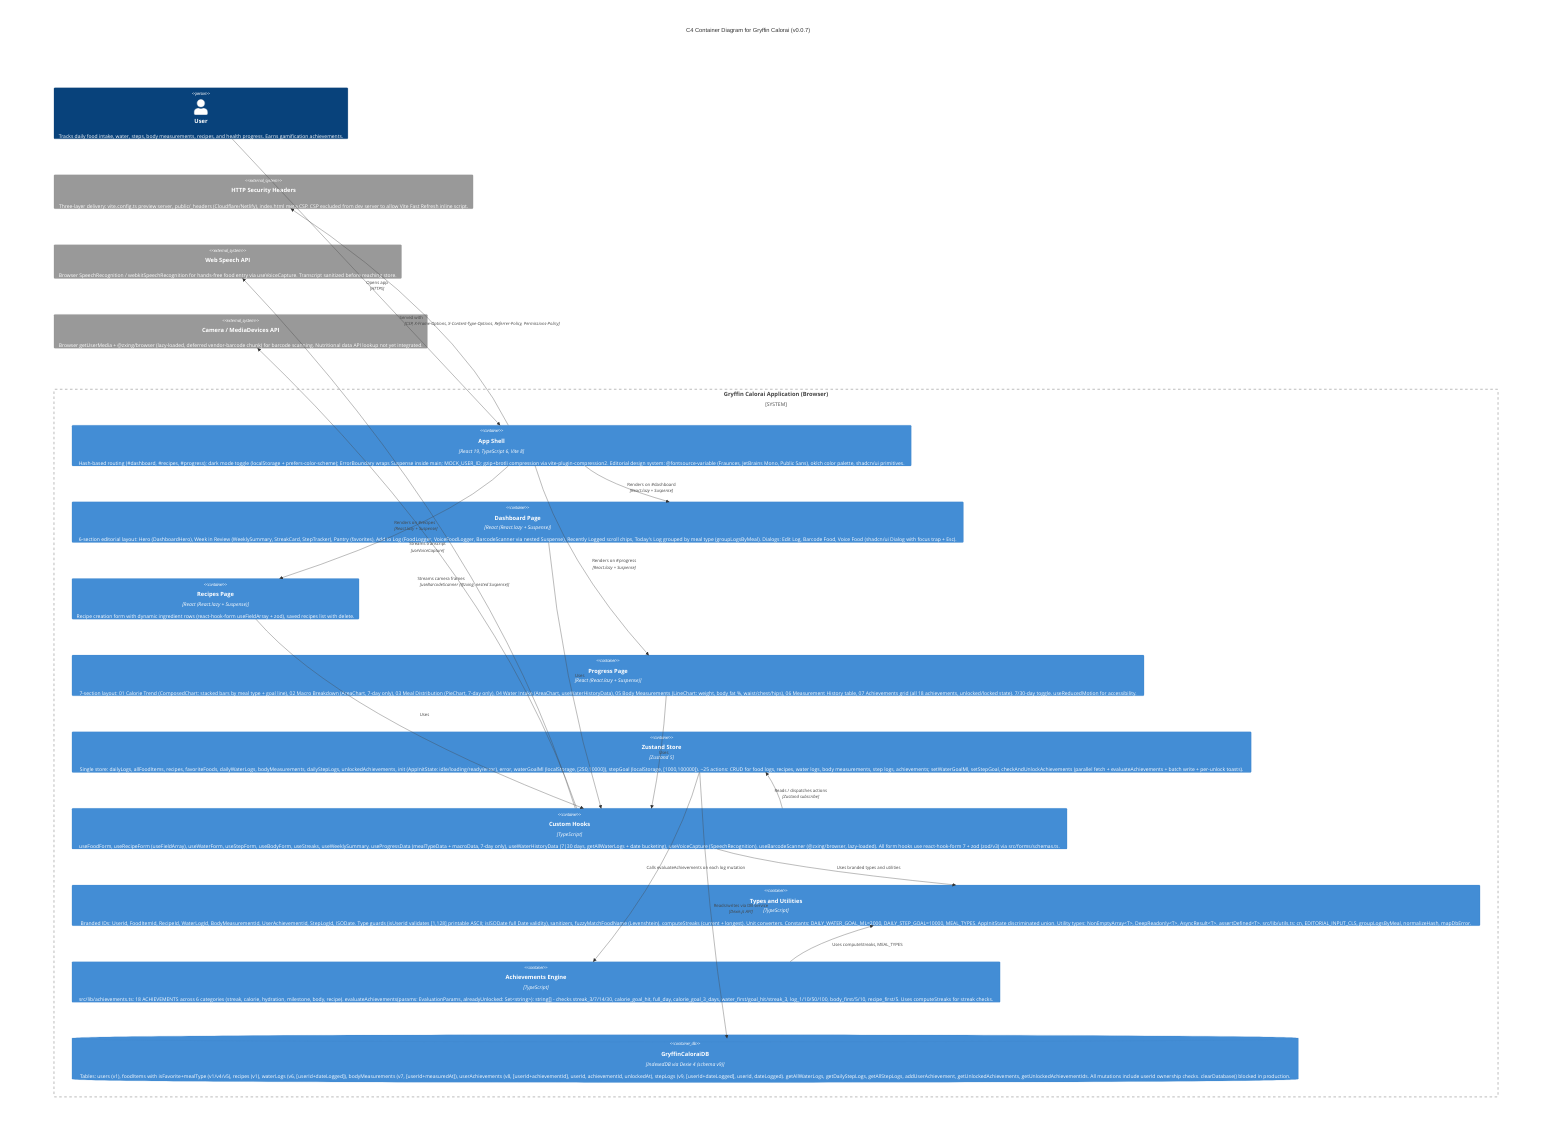
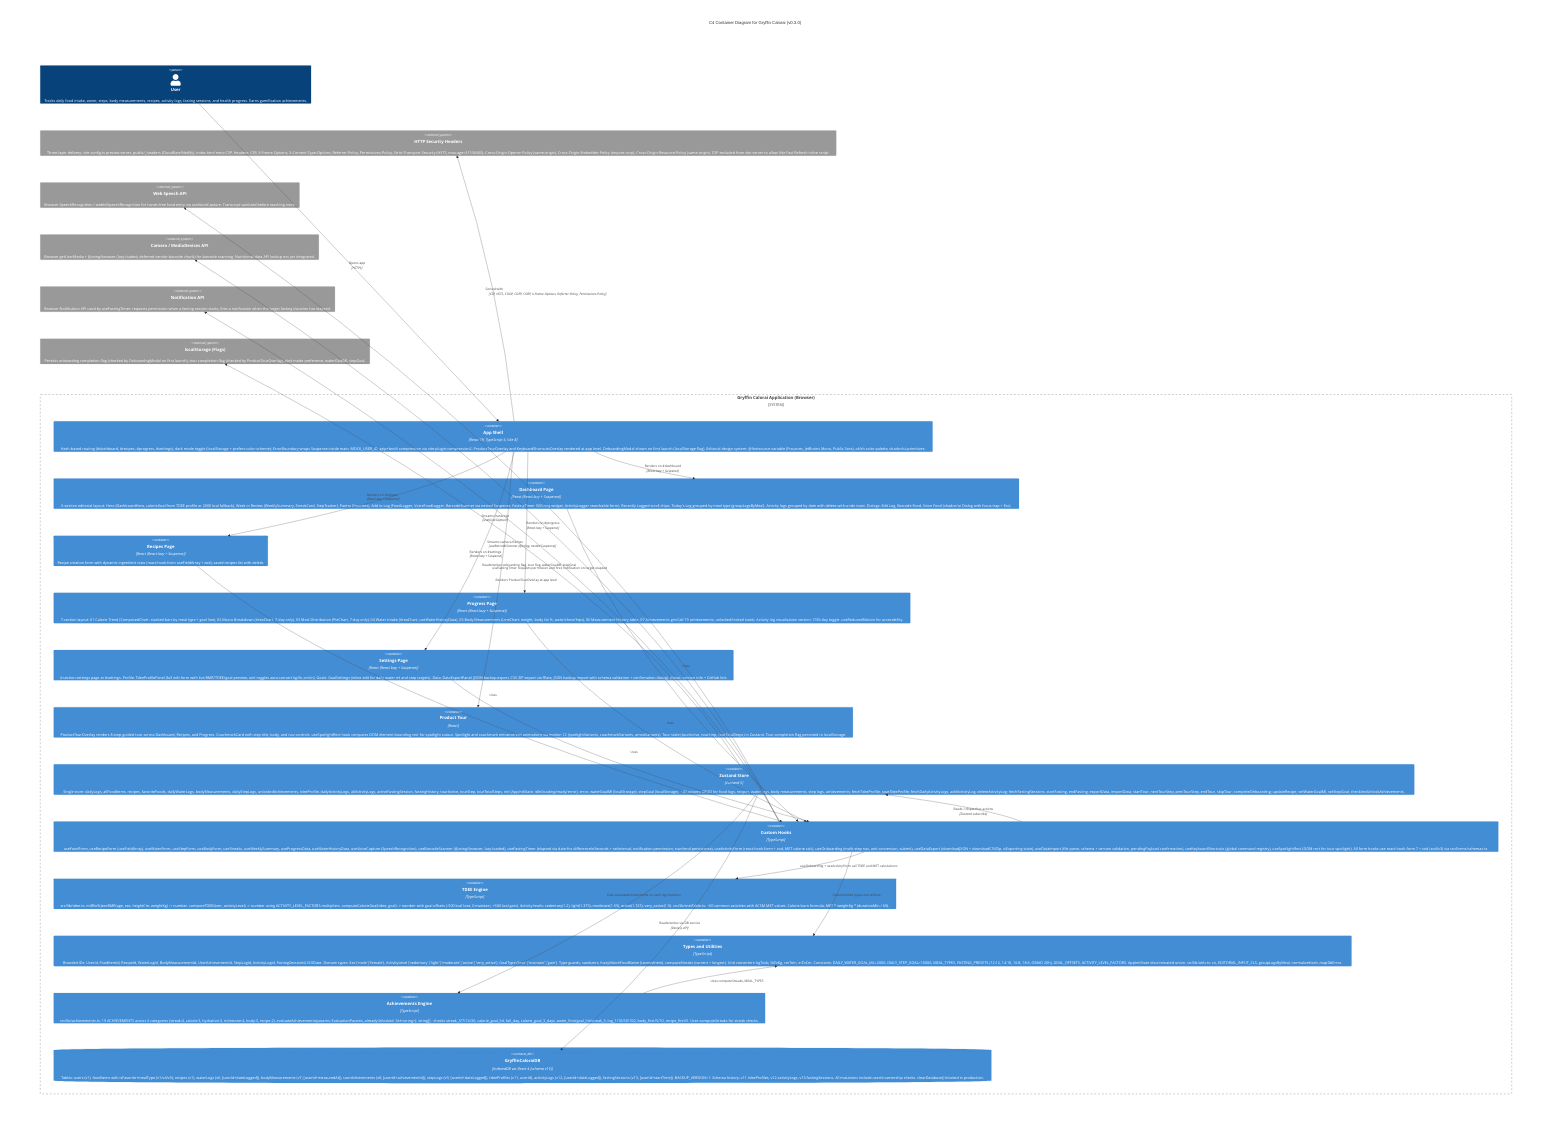
C4Container
-   title C4 Container Diagram for Gryffin Calorai (v0.0.7)
-   Person(user, "User", "Tracks daily food intake, water, steps, body measurements, recipes, and health progress. Earns gamification achievements.")
+   title C4 Container Diagram for Gryffin Calorai (v0.3.0)
+   Person(user, "User", "Tracks daily food intake, water, steps, body measurements, recipes, activity logs, fasting sessions, and health progress. Earns gamification achievements.")

  System_Boundary(c1, "Gryffin Calorai Application (Browser)") {
-     Container(app, "App Shell", "React 19, TypeScript 6, Vite 8", "Hash-based routing (#dashboard, #recipes, #progress); dark mode toggle (localStorage + prefers-color-scheme); ErrorBoundary wraps Suspense inside main; MOCK_USER_ID; gzip+brotli compression via vite-plugin-compression2. Editorial design system: @fontsource-variable (Fraunces, JetBrains Mono, Public Sans), oklch color palette, shadcn/ui primitives.")
-     Container(dashboard, "Dashboard Page", "React (React.lazy + Suspense)", "6-section editorial layout: Hero (DashboardHero), Week in Review (WeeklySummary, StreakCard, StepTracker), Pantry (favorites), Add to Log (FoodLogger, VoiceFoodLogger, BarcodeScanner via nested Suspense), Recently Logged scroll chips, Today's Log grouped by meal type (groupLogsByMeal). Dialogs: Edit Log, Barcode Food, Voice Food (shadcn/ui Dialog with focus trap + Esc).")
+     Container(app, "App Shell", "React 19, TypeScript 6, Vite 8", "Hash-based routing (#dashboard, #recipes, #progress, #settings); dark mode toggle (localStorage + prefers-color-scheme); ErrorBoundary wraps Suspense inside main; MOCK_USER_ID; gzip+brotli compression via vite-plugin-compression2. ProductTourOverlay and KeyboardShortcutsOverlay rendered at app level. OnboardingModal shown on first launch (localStorage flag). Editorial design system: @fontsource-variable (Fraunces, JetBrains Mono, Public Sans), oklch color palette, shadcn/ui primitives.")
+     Container(dashboard, "Dashboard Page", "React (React.lazy + Suspense)", "6-section editorial layout: Hero (DashboardHero, calorieGoal from TDEE profile or 2000 kcal fallback), Week in Review (WeeklySummary, StreakCard, StepTracker), Pantry (favorites), Add to Log (FoodLogger, VoiceFoodLogger, BarcodeScanner via nested Suspense, FastingTimer SVG ring widget, ActivityLogger searchable form). Recently Logged scroll chips. Today's Log grouped by meal type (groupLogsByMeal). Activity logs grouped by date with delete-with-undo toast. Dialogs: Edit Log, Barcode Food, Voice Food (shadcn/ui Dialog with focus trap + Esc).")
    Container(recipes, "Recipes Page", "React (React.lazy + Suspense)", "Recipe creation form with dynamic ingredient rows (react-hook-form useFieldArray + zod), saved recipes list with delete.")
-     Container(progress, "Progress Page", "React (React.lazy + Suspense)", "7-section layout: 01 Calorie Trend (ComposedChart: stacked bars by meal type + goal line), 02 Macro Breakdown (AreaChart, 7-day only), 03 Meal Distribution (PieChart, 7-day only), 04 Water Intake (AreaChart, useWaterHistoryData), 05 Body Measurements (LineChart: weight, body fat %, waist/chest/hips), 06 Measurement History table, 07 Achievements grid (all 18 achievements, unlocked/locked state). 7/30-day toggle. useReducedMotion for accessibility.")
-     Container(state, "Zustand Store", "Zustand 5", "Single store: dailyLogs, allFoodItems, recipes, favoriteFoods, dailyWaterLogs, bodyMeasurements, dailyStepLogs, unlockedAchievements, init (AppInitState: idle/loading/ready/error), error, waterGoalMl (localStorage, [250,10000]), stepGoal (localStorage, [1000,100000]). ~25 actions: CRUD for food logs, recipes, water logs, body measurements, step logs, achievements; setWaterGoalMl, setStepGoal, checkAndUnlockAchievements (parallel fetch + evaluateAchievements + batch write + per-unlock toasts).")
-     Container(hooks, "Custom Hooks", "TypeScript", "useFoodForm, useRecipeForm (useFieldArray), useWaterForm, useStepForm, useBodyForm, useStreaks, useWeeklySummary, useProgressData (mealTypeData + macroData, 7-day only), useWaterHistoryData (7|30 days, getAllWaterLogs + date bucketing), useVoiceCapture (SpeechRecognition), useBarcodeScanner (@zxing/browser, lazy-loaded). All form hooks use react-hook-form 7 + zod (zod/v3) via src/forms/schemas.ts.")
-     Container(types, "Types and Utilities", "TypeScript", "Branded IDs: UserId, FoodItemId, RecipeId, WaterLogId, BodyMeasurementId, UserAchievementId, StepLogId, ISODate. Type guards (isUserId validates [1,128] printable ASCII; isISODate full Date validity), sanitizers, fuzzyMatchFoodName (Levenshtein). computeStreaks (current + longest). Unit converters. Constants: DAILY_WATER_GOAL_ML=2000, DAILY_STEP_GOAL=10000, MEAL_TYPES. AppInitState discriminated union. Utility types: NonEmptyArray<T>, DeepReadonly<T>, AsyncResult<T>. assertDefined<T>. src/lib/utils.ts: cn, EDITORIAL_INPUT_CLS, groupLogsByMeal, normalizeHash, mapDbError.")
-     Container(achievements, "Achievements Engine", "TypeScript", "src/lib/achievements.ts: 18 ACHIEVEMENTS across 6 categories (streak, calorie, hydration, milestone, body, recipe). evaluateAchievements(params: EvaluationParams, alreadyUnlocked: Set<string>): string[] - checks streak_3/7/14/30, calorie_goal_hit, full_day, calorie_goal_3_days, water_first/goal_hit/streak_3, log_1/10/50/100, body_first/5/10, recipe_first/5. Uses computeStreaks for streak checks.")
-     ContainerDb(db, "GryffinCaloraiDB", "IndexedDB via Dexie 4 (schema v9)", "Tables: users (v1), foodItems with isFavorite+mealType (v1/v4/v5), recipes (v1), waterLogs (v6, [userId+dateLogged]), bodyMeasurements (v7, [userId+measuredAt]), userAchievements (v8, [userId+achievementId], userId, achievementId, unlockedAt), stepLogs (v9, [userId+dateLogged], userId, dateLogged). getAllWaterLogs, getDailyStepLogs, getAllStepLogs, addUserAchievement, getUnlockedAchievements, getUnlockedAchievementIds. All mutations include userId ownership checks. clearDatabase() blocked in production.")
+     Container(progress, "Progress Page", "React (React.lazy + Suspense)", "7-section layout: 01 Calorie Trend (ComposedChart: stacked bars by meal type + goal line), 02 Macro Breakdown (AreaChart, 7-day only), 03 Meal Distribution (PieChart, 7-day only), 04 Water Intake (AreaChart, useWaterHistoryData), 05 Body Measurements (LineChart: weight, body fat %, waist/chest/hips), 06 Measurement History table, 07 Achievements grid (all 19 achievements, unlocked/locked state). Activity log visualization section. 7/30-day toggle. useReducedMotion for accessibility.")
+     Container(settings, "Settings Page", "React (React.lazy + Suspense)", "4-section settings page at #settings. Profile: TdeeProfilePanel (full edit form with live BMR/TDEE/goal preview; unit toggles auto-convert kg/lb, cm/in). Goals: GoalSettings (inline edit for daily water ml and step targets). Data: DataExportPanel (JSON backup export, CSV ZIP export via fflate, JSON backup import with schema validation + confirmation dialog). About: version info + GitHub link.")
+     Container(tour, "Product Tour", "React", "ProductTourOverlay renders 8-step guided tour across Dashboard, Recipes, and Progress. CoachmarkCard with step title, body, and nav controls. useSpotlightRect hook computes DOM element bounding rect for spotlight cutout. Spotlight and coachmark entrance/exit animations via motion 12 (spotlightVariants, coachmarkVariants, arrowVariants). Tour state (tourActive, tourStep, tourTotalSteps) in Zustand. Tour completion flag persisted to localStorage.")
+     Container(state, "Zustand Store", "Zustand 5", "Single store: dailyLogs, allFoodItems, recipes, favoriteFoods, dailyWaterLogs, bodyMeasurements, dailyStepLogs, unlockedAchievements, tdeeProfile, dailyActivityLogs, allActivityLogs, activeFastingSession, fastingHistory, tourActive, tourStep, tourTotalSteps, init (AppInitState: idle/loading/ready/error), error, waterGoalMl (localStorage), stepGoal (localStorage). ~40 actions: CRUD for food logs, recipes, water logs, body measurements, step logs, achievements; fetchTdeeProfile, saveTdeeProfile; fetchDailyActivityLogs, addActivityLog, deleteActivityLog; fetchFastingSessions, startFasting, endFasting; exportData, importData; startTour, nextTourStep, prevTourStep, endTour, skipTour; completeOnboarding; updateRecipe; setWaterGoalMl, setStepGoal; checkAndUnlockAchievements.")
+     Container(hooks, "Custom Hooks", "TypeScript", "useFoodForm, useRecipeForm (useFieldArray), useWaterForm, useStepForm, useBodyForm, useStreaks, useWeeklySummary, useProgressData, useWaterHistoryData, useVoiceCapture (SpeechRecognition), useBarcodeScanner (@zxing/browser, lazy-loaded), useFastingTimer (elapsed via date-fns differenceInSeconds + setInterval; notification permission; start/end persistence), useActivityForm (react-hook-form + zod, MET calorie calc), useOnboarding (multi-step nav, unit conversion, submit), useDataExport (downloadJSON + downloadCSVZip, isExporting state), useDataImport (file parse, schema + version validation, pendingPayload confirmation), useKeyboardShortcuts (global command registry), useSpotlightRect (DOM rect for tour spotlight). All form hooks use react-hook-form 7 + zod (zod/v3) via src/forms/schemas.ts.")
+     Container(tdeeEngine, "TDEE Engine", "TypeScript", "src/lib/tdee.ts: mifflinStJeorBMR(age, sex, heightCm, weightKg) -> number. computeTDEE(bmr, activityLevel) -> number using ACTIVITY_LEVEL_FACTORS multipliers. computeCalorieGoal(tdee, goal) -> number with goal offsets (-500 kcal lose, 0 maintain, +300 kcal gain). Activity levels: sedentary(1.2), light(1.375), moderate(1.55), active(1.725), very_active(1.9). src/lib/metTable.ts: ~60 common activities with ACSM MET values. Calorie burn formula: MET * weightKg * (durationMin / 60).")
+     Container(types, "Types and Utilities", "TypeScript", "Branded IDs: UserId, FoodItemId, RecipeId, WaterLogId, BodyMeasurementId, UserAchievementId, StepLogId, ActivityLogId, FastingSessionId, ISODate. Domain types: Sex ('male'|'female'), ActivityLevel ('sedentary'|'light'|'moderate'|'active'|'very_active'), GoalType ('lose'|'maintain'|'gain'). Type guards, sanitizers, fuzzyMatchFoodName (Levenshtein). computeStreaks (current + longest). Unit converters: kgToLb, lbToKg, cmToIn, inToCm. Constants: DAILY_WATER_GOAL_ML=2000, DAILY_STEP_GOAL=10000, MEAL_TYPES, FASTING_PRESETS (12:12, 14:10, 16:8, 18:6, OMAD 20h), GOAL_OFFSETS, ACTIVITY_LEVEL_FACTORS. AppInitState discriminated union. src/lib/utils.ts: cn, EDITORIAL_INPUT_CLS, groupLogsByMeal, normalizeHash, mapDbError.")
+     Container(achievements, "Achievements Engine", "TypeScript", "src/lib/achievements.ts: 19 ACHIEVEMENTS across 6 categories (streak:4, calorie:3, hydration:3, milestone:4, body:3, recipe:2). evaluateAchievements(params: EvaluationParams, alreadyUnlocked: Set<string>): string[] - checks streak_3/7/14/30, calorie_goal_hit, full_day, calorie_goal_3_days, water_first/goal_hit/streak_3, log_1/10/50/100, body_first/5/10, recipe_first/5. Uses computeStreaks for streak checks.")
+     ContainerDb(db, "GryffinCaloraiDB", "IndexedDB via Dexie 4 (schema v13)", "Tables: users (v1), foodItems with isFavorite+mealType (v1/v4/v5), recipes (v1), waterLogs (v6, [userId+dateLogged]), bodyMeasurements (v7, [userId+measuredAt]), userAchievements (v8, [userId+achievementId]), stepLogs (v9, [userId+dateLogged]), tdeeProfiles (v11, userId), activityLogs (v12, [userId+dateLogged]), fastingSessions (v13, [userId+startTime]). BACKUP_VERSION=1. Schema history: v11 tdeeProfiles, v12 activityLogs, v13 fastingSessions. All mutations include userId ownership checks. clearDatabase() blocked in production.")
  }

-   System_Ext(securityHeaders, "HTTP Security Headers", "Three-layer delivery: vite.config.ts preview server, public/_headers (Cloudflare/Netlify), index.html meta CSP. CSP excluded from dev server to allow Vite Fast Refresh inline script.")
+   System_Ext(securityHeaders, "HTTP Security Headers", "Three-layer delivery: vite.config.ts preview server, public/_headers (Cloudflare/Netlify), index.html meta CSP. Headers: CSP, X-Frame-Options, X-Content-Type-Options, Referrer-Policy, Permissions-Policy, Strict-Transport-Security (HSTS, max-age=31536000), Cross-Origin-Opener-Policy (same-origin), Cross-Origin-Embedder-Policy (require-corp), Cross-Origin-Resource-Policy (same-origin). CSP excluded from dev server to allow Vite Fast Refresh inline script.")
  System_Ext(speechApi, "Web Speech API", "Browser SpeechRecognition / webkitSpeechRecognition for hands-free food entry via useVoiceCapture. Transcript sanitized before reaching store.")
  System_Ext(cameraApi, "Camera / MediaDevices API", "Browser getUserMedia + @zxing/browser (lazy-loaded, deferred vendor-barcode chunk) for barcode scanning. Nutritional data API lookup not yet integrated.")
+   System_Ext(notificationApi, "Notification API", "Browser Notification API used by useFastingTimer: requests permission when a fasting session starts; fires a notification when the target fasting duration has elapsed.")
+   System_Ext(localStorageFlags, "localStorage (Flags)", "Persists onboarding completion flag (checked by OnboardingModal on first launch), tour completion flag (checked by ProductTourOverlay), dark mode preference, waterGoalMl, stepGoal.")
  Rel(user, app, "Opens app", "HTTPS")
  Rel(app, dashboard, "Renders on #dashboard", "React.lazy + Suspense")
  Rel(app, recipes, "Renders on #recipes", "React.lazy + Suspense")
  Rel(app, progress, "Renders on #progress", "React.lazy + Suspense")
+   Rel(app, settings, "Renders on #settings", "React.lazy + Suspense")
+   Rel(app, tour, "Renders ProductTourOverlay at app level", "")
  Rel(dashboard, hooks, "Uses", "")
  Rel(recipes, hooks, "Uses", "")
  Rel(progress, hooks, "Uses", "")
+   Rel(settings, hooks, "Uses", "")
  Rel(hooks, state, "Reads / dispatches actions", "Zustand subscribe")
  Rel(hooks, types, "Uses branded types and utilities", "")
+   Rel(hooks, tdeeEngine, "useOnboarding + useActivityForm call TDEE and MET calculations", "")
+   Rel(hooks, notificationApi, "useFastingTimer requests permission and fires notification on target elapsed", "")
  Rel(state, db, "Reads/writes via DB service", "Dexie.js API")
  Rel(state, achievements, "Calls evaluateAchievements on each log mutation", "")
+   Rel(state, localStorageFlags, "Reads/writes onboarding flag, tour flag, waterGoalMl, stepGoal", "")
  Rel(achievements, types, "Uses computeStreaks, MEAL_TYPES", "")
  Rel(hooks, speechApi, "Streams transcript", "useVoiceCapture")
  Rel(hooks, cameraApi, "Streams camera frames", "useBarcodeScanner (@zxing, nested Suspense)")
-   Rel(app, securityHeaders, "Served with", "CSP, X-Frame-Options, X-Content-Type-Options, Referrer-Policy, Permissions-Policy")
+   Rel(app, securityHeaders, "Served with", "CSP, HSTS, COOP, COEP, CORP, X-Frame-Options, Referrer-Policy, Permissions-Policy")
